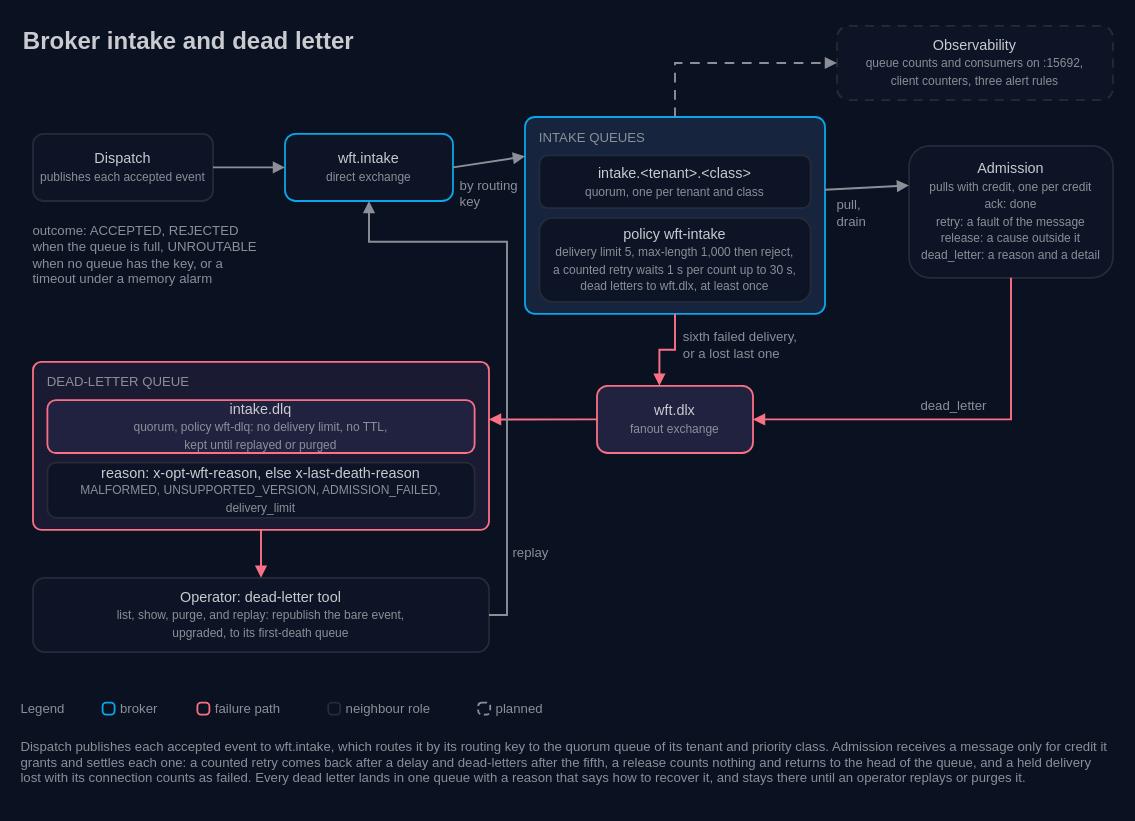
The draw.io diagram docs/architecture/19-broker-intake-and-dead-letter.drawio in AndoNorth/disyard, before the edit. Source tidied: cells renumbered, new cells numbered last; positions are measured from the earlier drawing's top-left corner, leaving out a move shared by most shapes. Both pictures are drawn from the tidied source at 120%, with x=0, y=0 at pixel (20, 20).
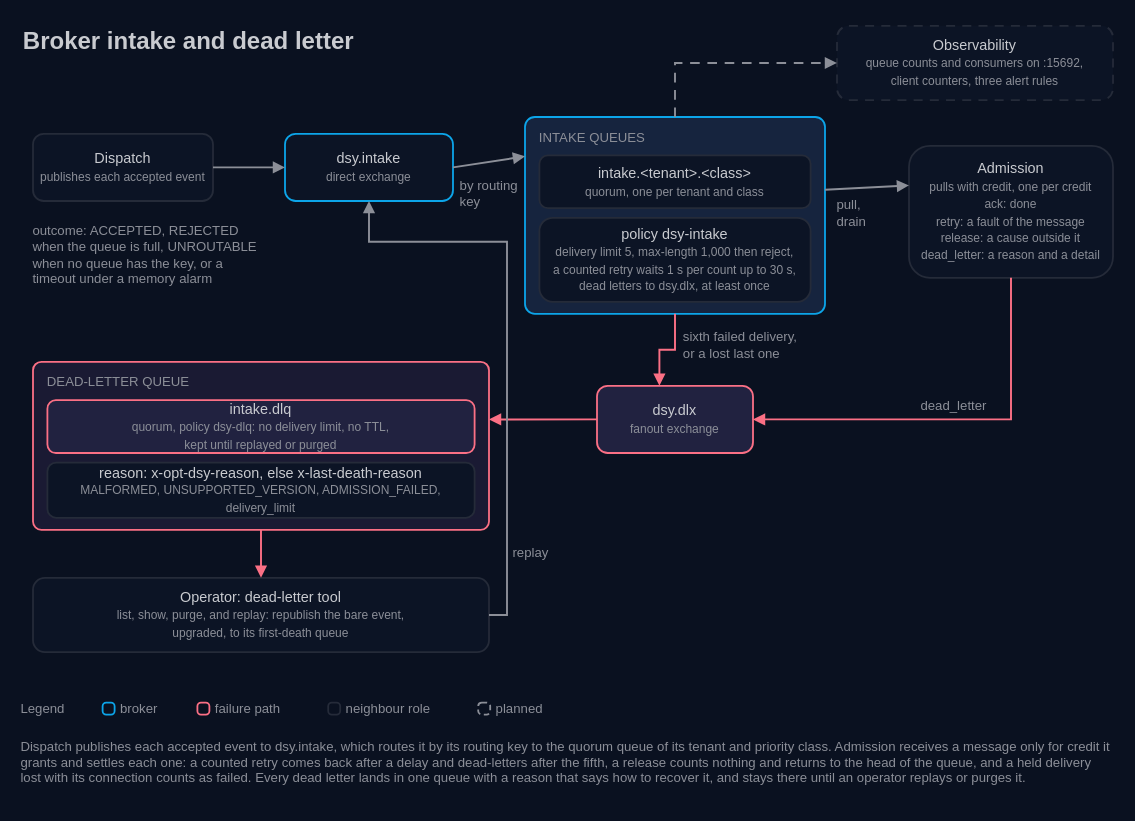
The same diagram, later.

The edit, as a diff of the source:
```diff
@@
-    <mxCell id="6" value="wft.intake&lt;br&gt;&lt;font color=&quot;#8c8f98&quot; style=&quot;font-size:10px&quot;&gt;direct exchange&lt;/font&gt;" style="rounded=1;arcSize=16;html=1;whiteSpace=wrap;fillColor=#0c1425;strokeColor=#0ca5e9;strokeWidth=1.5;fontColor=#c9cbd0;fontSize=12;fontFamily=IBM Plex Sans;" parent="1" vertex="1">
+    <mxCell id="6" value="dsy.intake&lt;br&gt;&lt;font color=&quot;#8c8f98&quot; style=&quot;font-size:10px&quot;&gt;direct exchange&lt;/font&gt;" style="rounded=1;arcSize=16;html=1;whiteSpace=wrap;fillColor=#0c1425;strokeColor=#0ca5e9;strokeWidth=1.5;fontColor=#c9cbd0;fontSize=12;fontFamily=IBM Plex Sans;" parent="1" vertex="1">
       <mxGeometry x="220" y="94" width="140" height="56" as="geometry" />
     </mxCell>
@@
-    <mxCell id="10" value="policy wft-intake&lt;br&gt;&lt;font color=&quot;#8c8f98&quot; style=&quot;font-size:10px&quot;&gt;delivery limit 5, max-length 1,000 then reject,&lt;br&gt;a counted retry waits 1 s per count up to 30 s,&lt;br&gt;dead letters to wft.dlx, at least once&lt;/font&gt;" style="rounded=1;arcSize=16;html=1;whiteSpace=wrap;fillColor=#0c1425;strokeColor=#252b39;strokeWidth=1.5;fontColor=#c9cbd0;fontSize=12;fontFamily=IBM Plex Sans;" parent="1" vertex="1">
+    <mxCell id="10" value="policy dsy-intake&lt;br&gt;&lt;font color=&quot;#8c8f98&quot; style=&quot;font-size:10px&quot;&gt;delivery limit 5, max-length 1,000 then reject,&lt;br&gt;a counted retry waits 1 s per count up to 30 s,&lt;br&gt;dead letters to dsy.dlx, at least once&lt;/font&gt;" style="rounded=1;arcSize=16;html=1;whiteSpace=wrap;fillColor=#0c1425;strokeColor=#252b39;strokeWidth=1.5;fontColor=#c9cbd0;fontSize=12;fontFamily=IBM Plex Sans;" parent="1" vertex="1">
       <mxGeometry x="432" y="164" width="226" height="70" as="geometry" />
     </mxCell>
@@
-    <mxCell id="12" value="wft.dlx&lt;br&gt;&lt;font color=&quot;#8c8f98&quot; style=&quot;font-size:10px&quot;&gt;fanout exchange&lt;/font&gt;" style="rounded=1;arcSize=16;html=1;whiteSpace=wrap;fillColor=#212240;strokeColor=#fb7085;strokeWidth=1.5;fontColor=#c9cbd0;fontSize=12;fontFamily=IBM Plex Sans;" parent="1" vertex="1">
+    <mxCell id="12" value="dsy.dlx&lt;br&gt;&lt;font color=&quot;#8c8f98&quot; style=&quot;font-size:10px&quot;&gt;fanout exchange&lt;/font&gt;" style="rounded=1;arcSize=16;html=1;whiteSpace=wrap;fillColor=#212240;strokeColor=#fb7085;strokeWidth=1.5;fontColor=#c9cbd0;fontSize=12;fontFamily=IBM Plex Sans;" parent="1" vertex="1">
       <mxGeometry x="480" y="304" width="130" height="56" as="geometry" />
     </mxCell>
@@
-    <mxCell id="15" value="intake.dlq&lt;br&gt;&lt;font color=&quot;#8c8f98&quot; style=&quot;font-size:10px&quot;&gt;quorum, policy wft-dlq: no delivery limit, no TTL,&lt;br&gt;kept until replayed or purged&lt;/font&gt;" style="rounded=1;arcSize=16;html=1;whiteSpace=wrap;fillColor=#212240;strokeColor=#fb7085;strokeWidth=1.5;fontColor=#c9cbd0;fontSize=12;fontFamily=IBM Plex Sans;" parent="1" vertex="1">
+    <mxCell id="15" value="intake.dlq&lt;br&gt;&lt;font color=&quot;#8c8f98&quot; style=&quot;font-size:10px&quot;&gt;quorum, policy dsy-dlq: no delivery limit, no TTL,&lt;br&gt;kept until replayed or purged&lt;/font&gt;" style="rounded=1;arcSize=16;html=1;whiteSpace=wrap;fillColor=#212240;strokeColor=#fb7085;strokeWidth=1.5;fontColor=#c9cbd0;fontSize=12;fontFamily=IBM Plex Sans;" parent="1" vertex="1">
       <mxGeometry x="22" y="316" width="356" height="44" as="geometry" />
     </mxCell>
-    <mxCell id="16" value="reason: x-opt-wft-reason, else x-last-death-reason&lt;br&gt;&lt;font color=&quot;#8c8f98&quot; style=&quot;font-size:10px&quot;&gt;MALFORMED, UNSUPPORTED_VERSION, ADMISSION_FAILED, delivery_limit&lt;/font&gt;" style="rounded=1;arcSize=16;html=1;whiteSpace=wrap;fillColor=#0c1425;strokeColor=#252b39;strokeWidth=1.5;fontColor=#c9cbd0;fontSize=12;fontFamily=IBM Plex Sans;" parent="1" vertex="1">
+    <mxCell id="16" value="reason: x-opt-dsy-reason, else x-last-death-reason&lt;br&gt;&lt;font color=&quot;#8c8f98&quot; style=&quot;font-size:10px&quot;&gt;MALFORMED, UNSUPPORTED_VERSION, ADMISSION_FAILED, delivery_limit&lt;/font&gt;" style="rounded=1;arcSize=16;html=1;whiteSpace=wrap;fillColor=#0c1425;strokeColor=#252b39;strokeWidth=1.5;fontColor=#c9cbd0;fontSize=12;fontFamily=IBM Plex Sans;" parent="1" vertex="1">
       <mxGeometry x="22" y="368" width="356" height="46" as="geometry" />
     </mxCell>
@@
-    <mxCell id="41" value="Dispatch publishes each accepted event to wft.intake, which routes it by its routing key to the quorum queue of its tenant and priority class. Admission receives a message only for credit it grants and settles each one: a counted retry comes back after a delay and dead-letters after the fifth, a release counts nothing and returns to the head of the queue, and a held delivery lost with its connection counts as failed. Every dead letter lands in one queue with a reason that says how to recover it, and stays there until an operator replays or purges it." style="text;html=1;strokeColor=none;fillColor=none;align=left;verticalAlign=top;whiteSpace=wrap;fontColor=#8c8f98;fontSize=11;fontFamily=IBM Plex Sans;spacing=0;" parent="1" vertex="1">
+    <mxCell id="41" value="Dispatch publishes each accepted event to dsy.intake, which routes it by its routing key to the quorum queue of its tenant and priority class. Admission receives a message only for credit it grants and settles each one: a counted retry comes back after a delay and dead-letters after the fifth, a release counts nothing and returns to the head of the queue, and a held delivery lost with its connection counts as failed. Every dead letter lands in one queue with a reason that says how to recover it, and stays there until an operator replays or purges it." style="text;html=1;strokeColor=none;fillColor=none;align=left;verticalAlign=top;whiteSpace=wrap;fontColor=#8c8f98;fontSize=11;fontFamily=IBM Plex Sans;spacing=0;" parent="1" vertex="1">
       <mxGeometry y="594" width="910" height="56" as="geometry" />
     </mxCell>
```
